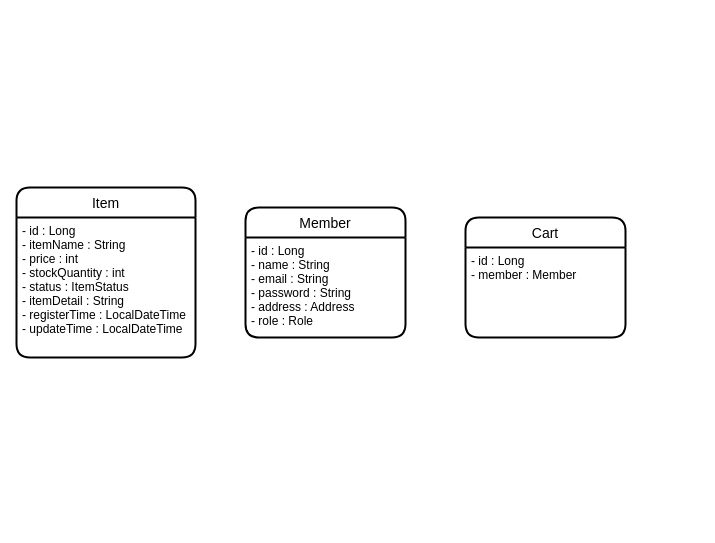
Above: shop.drawio in dlwldyd/shop (draw.io), before the change. Source tidied: cells renumbered, new cells numbered last; positions are measured from the earlier drawing's top-left corner, leaving out a move shared by most shapes. Both pictures are drawn from the tidied source at 100%, with x=0, y=0 at pixel (16, 187).
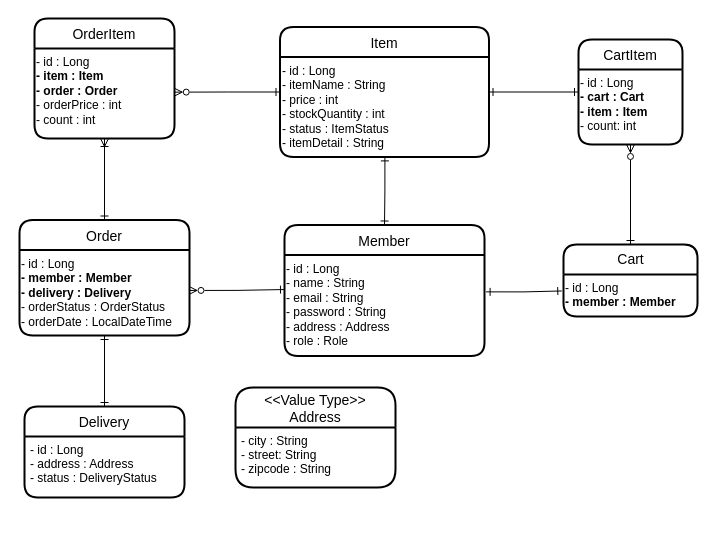
The same page after the edit.

Commit message:
shop erd

Diff of the diagram source:
```diff
@@
+    <mxCell id="8" style="edgeStyle=orthogonalEdgeStyle;rounded=0;jettySize=auto;html=1;entryX=0;entryY=0.5;entryDx=0;entryDy=0;startArrow=ERone;startFill=0;endArrow=ERone;endFill=0;" parent="1" edge="1" source="2" target="25">
+      <mxGeometry relative="1" as="geometry" />
+    </mxCell>
+    <mxCell id="9" style="edgeStyle=orthogonalEdgeStyle;rounded=0;jettySize=auto;html=1;startArrow=ERzeroToMany;startFill=0;endArrow=ERone;endFill=0;entryX=0.5;entryY=0;entryDx=0;entryDy=0;" parent="1" edge="1" source="25" target="6">
+      <mxGeometry relative="1" as="geometry" />
+    </mxCell>
+    <mxCell id="10" style="edgeStyle=orthogonalEdgeStyle;rounded=0;jettySize=auto;html=1;startArrow=ERone;startFill=0;endArrow=ERone;endFill=0;exitX=1.008;exitY=0.365;exitDx=0;exitDy=0;exitPerimeter=0;entryX=-0.013;entryY=0.392;entryDx=0;entryDy=0;entryPerimeter=0;" parent="1" edge="1" source="5" target="7">
+      <mxGeometry relative="1" as="geometry" />
+    </mxCell>
+    <mxCell id="11" style="edgeStyle=orthogonalEdgeStyle;rounded=0;jettySize=auto;html=1;entryX=0;entryY=0.342;entryDx=0;entryDy=0;startArrow=ERzeroToMany;startFill=0;endArrow=ERone;endFill=0;exitX=0.997;exitY=0.473;exitDx=0;exitDy=0;exitPerimeter=0;entryPerimeter=0;" parent="1" edge="1" source="19" target="5">
+      <mxGeometry relative="1" as="geometry" />
+    </mxCell>
+    <mxCell id="12" style="edgeStyle=orthogonalEdgeStyle;rounded=0;jettySize=auto;html=1;startArrow=ERoneToMany;startFill=0;endArrow=ERone;endFill=0;entryX=0.5;entryY=0;entryDx=0;entryDy=0;" parent="1" edge="1" source="21" target="18">
+      <mxGeometry relative="1" as="geometry" />
+    </mxCell>
+    <mxCell id="13" style="edgeStyle=orthogonalEdgeStyle;rounded=0;jettySize=auto;html=1;entryX=0.998;entryY=0.485;entryDx=0;entryDy=0;entryPerimeter=0;startArrow=ERone;startFill=0;endArrow=ERzeroToMany;endFill=0;exitX=0;exitY=0.5;exitDx=0;exitDy=0;" parent="1" edge="1" source="2" target="22">
+      <mxGeometry relative="1" as="geometry" />
+    </mxCell>
+    <mxCell id="14" value="&lt;&lt;Value Type&gt;&gt;&#10;Address" style="swimlane;horizontal=1;startSize=40;rounded=1;fontSize=14;fontStyle=0;strokeWidth=2;shadow=0;dashed=0;align=center;glass=0;sketch=0;fillColor=none;html=0;" parent="1" vertex="1">
+      <mxGeometry x="219" y="200" width="160" height="100" as="geometry" />
+    </mxCell>
+    <mxCell id="15" value="- city : String&#10;- street: String&#10;- zipcode : String" style="align=left;strokeColor=none;fillColor=none;spacingLeft=4;fontSize=12;verticalAlign=top;rounded=0;shadow=0;glass=0;sketch=0;html=0;" parent="14" vertex="1">
+      <mxGeometry y="40" width="160" height="60" as="geometry" />
+    </mxCell>
+    <mxCell id="16" value="Delivery" style="swimlane;horizontal=1;startSize=30;rounded=1;fontSize=14;fontStyle=0;strokeWidth=2;shadow=0;dashed=0;align=center;glass=0;sketch=0;fillColor=none;html=0;" parent="1" vertex="1">
+      <mxGeometry x="8" y="219" width="160" height="91" as="geometry" />
+    </mxCell>
+    <mxCell id="17" style="edgeStyle=orthogonalEdgeStyle;rounded=0;jettySize=auto;html=1;exitX=0.5;exitY=1;exitDx=0;exitDy=0;entryX=0.5;entryY=0;entryDx=0;entryDy=0;startArrow=ERone;startFill=0;endArrow=ERone;endFill=0;" parent="1" edge="1" source="18" target="16">
+      <mxGeometry relative="1" as="geometry" />
+    </mxCell>
+    <mxCell id="18" value="Order" style="swimlane;horizontal=1;startSize=30;rounded=1;fontSize=14;fontStyle=0;strokeWidth=2;shadow=0;dashed=0;align=center;" parent="1" vertex="1">
+      <mxGeometry x="3" y="32.5" width="170" height="115.5" as="geometry" />
+    </mxCell>
+    <mxCell id="19" value="&lt;div&gt;- id : Long&lt;/div&gt;&lt;b&gt;&lt;div&gt;&lt;b&gt;- member : Member&lt;/b&gt;&lt;/div&gt;&lt;div&gt;&lt;b&gt;- delivery : Delivery&lt;/b&gt;&lt;/div&gt;&lt;/b&gt;&lt;div&gt;- orderStatus : OrderStatus&lt;/div&gt;&lt;div&gt;- orderDate : LocalDateTime&lt;/div&gt;" style="text;html=1;align=left;verticalAlign=top;points=[];strokeColor=none;fillColor=none;horizontal=1;" parent="18" vertex="1">
+      <mxGeometry y="30" width="170" height="85.5" as="geometry" />
+    </mxCell>
+    <mxCell id="20" value="&lt;div style=&quot;text-align: left&quot;&gt;&lt;br&gt;&lt;/div&gt;" style="text;html=1;align=center;verticalAlign=middle;strokeColor=none;fillColor=none;" parent="1" vertex="1">
+      <mxGeometry x="78" y="93.5" width="20" height="20" as="geometry" />
+    </mxCell>
+    <mxCell id="21" value="OrderItem" style="swimlane;horizontal=1;startSize=30;rounded=1;fontSize=14;fontStyle=0;strokeWidth=2;shadow=0;dashed=0;align=center;" parent="1" vertex="1">
+      <mxGeometry x="18" y="-169" width="140" height="120" as="geometry" />
+    </mxCell>
+    <mxCell id="22" value="&lt;div&gt;- id : Long&lt;/div&gt;&lt;div&gt;&lt;b&gt;- item : Item&lt;/b&gt;&lt;/div&gt;&lt;b&gt;&lt;div&gt;&lt;b&gt;- order : Order&lt;/b&gt;&lt;/div&gt;&lt;/b&gt;&lt;div&gt;- orderPrice : int&lt;/div&gt;&lt;div&gt;- count : int&lt;/div&gt;" style="text;html=1;align=left;verticalAlign=top;points=[];strokeColor=none;fillColor=none;" parent="21" vertex="1">
+      <mxGeometry y="30" width="140" height="90" as="geometry" />
+    </mxCell>
     <mxCell id="2" value="Item" style="swimlane;horizontal=1;startSize=30;rounded=1;fontSize=14;fontStyle=0;strokeWidth=2;shadow=0;dashed=0;align=center;" parent="1" vertex="1">
-      <mxGeometry width="179" height="170" as="geometry" />
+      <mxGeometry x="263.5" y="-160.5" width="209" height="130" as="geometry" />
     </mxCell>
-    <mxCell id="3" value="- id : Long&#10;- itemName : String&#10;- price : int&#10;- stockQuantity : int&#10;- status : ItemStatus&#10;- itemDetail : String&#10;- registerTime : LocalDateTime&#10;- updateTime : LocalDateTime" style="align=left;strokeColor=none;fillColor=none;spacingLeft=4;fontSize=12;verticalAlign=top;" parent="2" vertex="1">
-      <mxGeometry y="30" width="179" height="140" as="geometry" />
-    </mxCell>
+    <mxCell id="23" value="&lt;span style=&quot;&quot;&gt;- id : Long&lt;/span&gt;&lt;br style=&quot;padding: 0px; margin: 0px;&quot;&gt;&lt;span style=&quot;&quot;&gt;- itemName : String&lt;/span&gt;&lt;br style=&quot;padding: 0px; margin: 0px;&quot;&gt;&lt;span style=&quot;&quot;&gt;- price : int&lt;/span&gt;&lt;br style=&quot;padding: 0px; margin: 0px;&quot;&gt;&lt;span style=&quot;&quot;&gt;- stockQuantity : int&lt;/span&gt;&lt;br style=&quot;padding: 0px; margin: 0px;&quot;&gt;&lt;span style=&quot;&quot;&gt;- status : ItemStatus&lt;/span&gt;&lt;br style=&quot;padding: 0px; margin: 0px;&quot;&gt;&lt;span style=&quot;&quot;&gt;- itemDetail : String&lt;/span&gt;" style="text;html=1;align=left;verticalAlign=top;points=[];strokeColor=none;fillColor=none;" parent="2" vertex="1">
+      <mxGeometry y="30" width="209" height="100" as="geometry" />
+    </mxCell>
+    <mxCell id="24" style="edgeStyle=orthogonalEdgeStyle;rounded=0;jettySize=auto;html=1;startArrow=ERone;startFill=0;endArrow=ERone;endFill=0;exitX=0.502;exitY=0.999;exitDx=0;exitDy=0;exitPerimeter=0;entryX=0.5;entryY=0;entryDx=0;entryDy=0;" parent="1" edge="1" source="23" target="4">
+      <mxGeometry relative="1" as="geometry" />
+    </mxCell>
+    <mxCell id="25" value="CartItem" style="swimlane;horizontal=1;startSize=30;rounded=1;fontSize=14;fontStyle=0;strokeWidth=2;shadow=0;dashed=0;align=center;" parent="1" vertex="1">
+      <mxGeometry x="562" y="-148" width="104" height="105" as="geometry" />
+    </mxCell>
+    <mxCell id="26" value="&lt;div style=&quot;&quot;&gt;- id : Long&lt;/div&gt;&lt;b&gt;&lt;div style=&quot;&quot;&gt;&lt;b&gt;- cart : Cart&lt;/b&gt;&lt;/div&gt;&lt;div style=&quot;&quot;&gt;&lt;b&gt;- item : Item&lt;/b&gt;&lt;/div&gt;&lt;/b&gt;&lt;div style=&quot;&quot;&gt;- count: int&lt;/div&gt;" style="text;html=1;align=left;verticalAlign=top;strokeColor=none;fillColor=none;" parent="25" vertex="1">
+      <mxGeometry y="30" width="104" height="60" as="geometry" />
+    </mxCell>
+    <mxCell id="27" value="&lt;div style=&quot;text-align: left&quot;&gt;&lt;br&gt;&lt;/div&gt;" style="text;html=1;align=center;verticalAlign=middle;strokeColor=none;fillColor=none;" parent="25" vertex="1">
+      <mxGeometry y="90" width="104" height="15" as="geometry" />
+    </mxCell>
+    <mxCell id="6" value="Cart" style="swimlane;horizontal=1;startSize=30;rounded=1;fontSize=14;fontStyle=0;strokeWidth=2;shadow=0;dashed=0;align=center;html=1;" parent="1" vertex="1">
+      <mxGeometry x="547" y="57" width="134" height="72" as="geometry" />
+    </mxCell>
+    <mxCell id="7" value="&lt;div style=&quot;&quot;&gt;- id : Long&lt;/div&gt;&lt;b&gt;&lt;div style=&quot;&quot;&gt;&lt;b&gt;- member : Member&lt;/b&gt;&lt;/div&gt;&lt;/b&gt;" style="text;html=1;align=left;verticalAlign=top;points=[];strokeColor=none;fillColor=none;" parent="6" vertex="1">
+      <mxGeometry y="30" width="134" height="42" as="geometry" />
+    </mxCell>
     <mxCell id="4" value="Member" style="swimlane;horizontal=1;startSize=30;rounded=1;fontSize=14;fontStyle=0;strokeWidth=2;shadow=0;dashed=0;align=center;" parent="1" vertex="1">
-      <mxGeometry x="229" y="20" width="160" height="130" as="geometry" />
+      <mxGeometry x="268" y="37.5" width="200" height="131" as="geometry" />
     </mxCell>
-    <mxCell id="5" value="- id : Long&#10;- name : String&#10;- email : String&#10;- password : String&#10;- address : Address&#10;- role : Role" style="align=left;strokeColor=none;fillColor=none;spacingLeft=4;fontSize=12;verticalAlign=top;" parent="4" vertex="1">
-      <mxGeometry y="30" width="160" height="100" as="geometry" />
+    <mxCell id="5" value="&lt;span&gt;- id : Long&lt;/span&gt;&lt;br style=&quot;padding: 0px ; margin: 0px&quot;&gt;&lt;span&gt;- name : String&lt;/span&gt;&lt;br style=&quot;padding: 0px ; margin: 0px&quot;&gt;&lt;span&gt;- email : String&lt;/span&gt;&lt;br style=&quot;padding: 0px ; margin: 0px&quot;&gt;&lt;span&gt;- password : String&lt;/span&gt;&lt;br style=&quot;padding: 0px ; margin: 0px&quot;&gt;&lt;span&gt;- address : Address&lt;/span&gt;&lt;br style=&quot;padding: 0px ; margin: 0px&quot;&gt;&lt;span&gt;- role : Role&lt;/span&gt;" style="text;html=1;align=left;verticalAlign=top;points=[];strokeColor=none;fillColor=none;" parent="4" vertex="1">
+      <mxGeometry y="30" width="200" height="101" as="geometry" />
     </mxCell>
-    <mxCell id="6" value="Cart" style="swimlane;horizontal=1;startSize=30;rounded=1;fontSize=14;fontStyle=0;strokeWidth=2;shadow=0;dashed=0;align=center;" parent="1" vertex="1">
-      <mxGeometry x="449" y="30" width="160" height="120" as="geometry" />
-    </mxCell>
-    <mxCell id="7" value="- id : Long&#10;- member : Member" style="align=left;strokeColor=none;fillColor=none;spacingLeft=4;fontSize=12;verticalAlign=top;fontStyle=0;" parent="6" vertex="1">
-      <mxGeometry y="30" width="160" height="90" as="geometry" />
-    </mxCell>
+    <mxCell id="28" value="- id : Long&#10;- address : Address&#10;- status : DeliveryStatus" style="align=left;strokeColor=none;fillColor=none;spacingLeft=4;fontSize=12;verticalAlign=top;rounded=0;shadow=0;glass=0;sketch=0;html=0;" parent="1" vertex="1">
+      <mxGeometry x="8" y="249" width="160" height="90" as="geometry" />
+    </mxCell>
```
